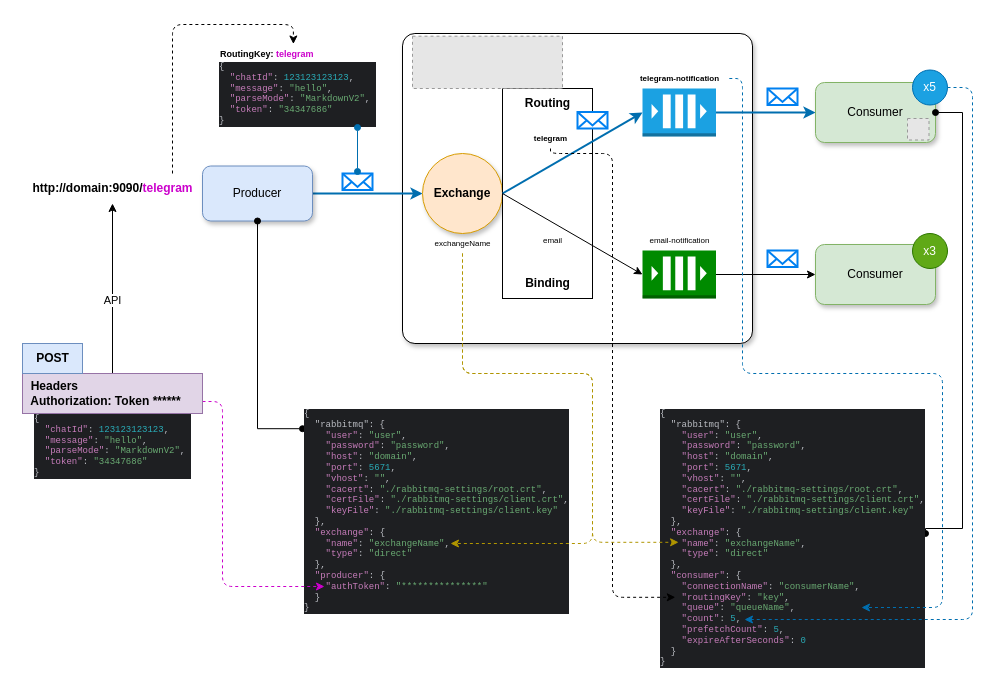
Before: page "producer-consumer" (1 of 2) of docs/diag.drawio in ig-rudenko/rabbitmq-notifier, a draw.io diagram. Source tidied: cells renumbered, new cells numbered last; positions are measured from the earlier drawing's top-left corner, leaving out a move shared by most shapes. Both pictures are drawn from the tidied source at 100%, with x=0, y=0 at pixel (22, 24). Pictures stored in the file or linked from it are replaced by grey dashed boxes.
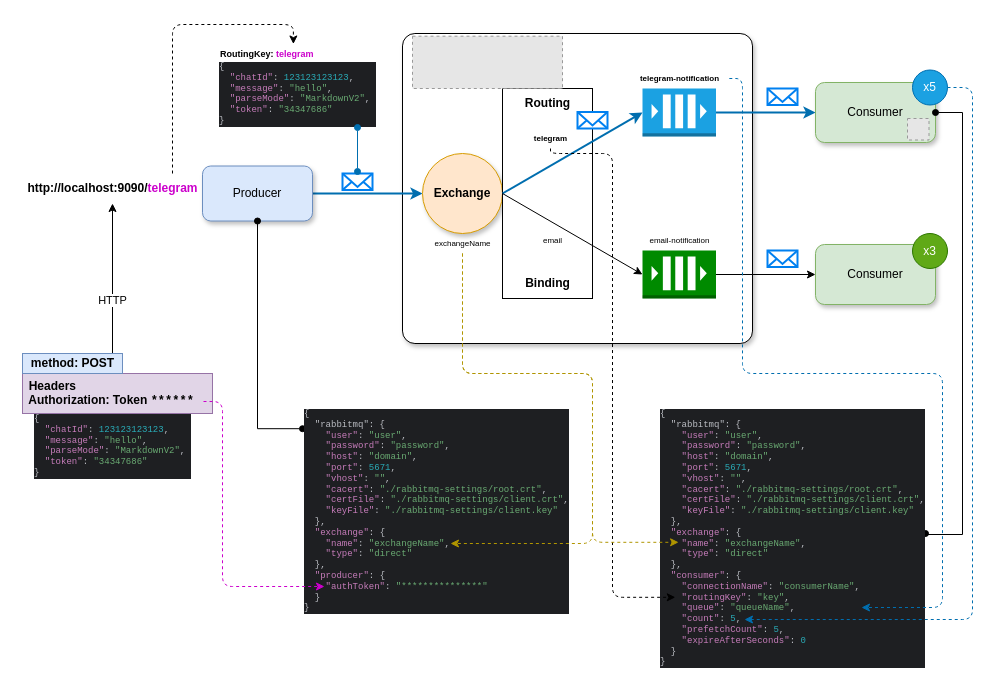
After the change.

The change refers to these unchanged cells:
```xml
<mxCell id="21" value="Consumer" style="rounded=1;whiteSpace=wrap;html=1;shadow=1;fillColor=#d5e8d4;strokeColor=#82b366;" parent="1" vertex="1">
  <mxGeometry x="793" y="58" width="120" height="60" as="geometry" />
</mxCell>
<mxCell id="28" value="&lt;div style=&quot;background-color: rgb(30, 31, 34); color: rgb(188, 190, 196); font-size: 9px;&quot;&gt;&lt;pre style=&quot;font-family: &amp;quot;JetBrains Mono&amp;quot;, monospace; font-size: 9px;&quot;&gt;&lt;div&gt;&lt;pre style=&quot;font-family:'JetBrains Mono',monospace;font-size:9,8pt;&quot;&gt;{&lt;br&gt;  &quot;rabbitmq&quot;: {&lt;br&gt;    &lt;span style=&quot;color:#c77dbb;&quot;&gt;&quot;user&quot;&lt;/span&gt;: &lt;span style=&quot;color:#6aab73;&quot;&gt;&quot;user&quot;&lt;/span&gt;,&lt;br&gt;    &lt;span style=&quot;color:#c77dbb;&quot;&gt;&quot;password&quot;&lt;/span&gt;: &lt;span style=&quot;color:#6aab73;&quot;&gt;&quot;password&quot;&lt;/span&gt;,&lt;br&gt;    &lt;span style=&quot;color:#c77dbb;&quot;&gt;&quot;host&quot;&lt;/span&gt;: &lt;span style=&quot;color:#6aab73;&quot;&gt;&quot;domain&quot;&lt;/span&gt;,&lt;br&gt;    &lt;span style=&quot;color:#c77dbb;&quot;&gt;&quot;port&quot;&lt;/span&gt;: &lt;span style=&quot;color:#2aacb8;&quot;&gt;5671&lt;/span&gt;,&lt;br&gt;    &lt;span style=&quot;color:#c77dbb;&quot;&gt;&quot;vhost&quot;&lt;/span&gt;: &lt;span style=&quot;color:#6aab73;&quot;&gt;&quot;&quot;&lt;/span&gt;,&lt;br&gt;    &lt;span style=&quot;color:#c77dbb;&quot;&gt;&quot;cacert&quot;&lt;/span&gt;: &lt;span style=&quot;color:#6aab73;&quot;&gt;&quot;./rabbitmq-settings/root.crt&quot;&lt;/span&gt;,&lt;br&gt;    &lt;span style=&quot;color:#c77dbb;&quot;&gt;&quot;certFile&quot;&lt;/span&gt;: &lt;span style=&quot;color:#6aab73;&quot;&gt;&quot;./rabbitmq-settings/client.crt&quot;&lt;/span&gt;,&lt;br&gt;    &lt;span style=&quot;color:#c77dbb;&quot;&gt;&quot;keyFile&quot;&lt;/span&gt;: &lt;span style=&quot;color:#6aab73;&quot;&gt;&quot;./rabbitmq-settings/client.key&quot;&lt;br&gt;&lt;/span&gt;&lt;span style=&quot;color:#6aab73;&quot;&gt;  &lt;/span&gt;},&lt;br&gt;  &lt;span style=&quot;color:#c77dbb;&quot;&gt;&quot;exchange&quot;&lt;/span&gt;: {&lt;br&gt;    &lt;span style=&quot;color:#c77dbb;&quot;&gt;&quot;name&quot;&lt;/span&gt;: &lt;span style=&quot;color:#6aab73;&quot;&gt;&quot;exchangeName&quot;&lt;/span&gt;,&lt;br&gt;    &lt;span style=&quot;color:#c77dbb;&quot;&gt;&quot;type&quot;&lt;/span&gt;: &lt;span style=&quot;color:#6aab73;&quot;&gt;&quot;direct&quot;&lt;br&gt;&lt;/span&gt;&lt;span style=&quot;color:#6aab73;&quot;&gt;  &lt;/span&gt;},&lt;br&gt;  &lt;span style=&quot;color:#c77dbb;&quot;&gt;&quot;consumer&quot;&lt;/span&gt;: {&lt;br&gt;    &lt;span style=&quot;color:#c77dbb;&quot;&gt;&quot;connectionName&quot;&lt;/span&gt;: &lt;span style=&quot;color:#6aab73;&quot;&gt;&quot;consumerName&quot;&lt;/span&gt;,&lt;br&gt;    &lt;span style=&quot;color:#c77dbb;&quot;&gt;&quot;routingKey&quot;&lt;/span&gt;: &lt;span style=&quot;color:#6aab73;&quot;&gt;&quot;key&quot;&lt;/span&gt;,&lt;br&gt;    &lt;span style=&quot;color:#c77dbb;&quot;&gt;&quot;queue&quot;&lt;/span&gt;: &lt;span style=&quot;color:#6aab73;&quot;&gt;&quot;queueName&quot;&lt;/span&gt;,&lt;br&gt;    &lt;span style=&quot;color:#c77dbb;&quot;&gt;&quot;count&quot;&lt;/span&gt;: &lt;span style=&quot;color:#2aacb8;&quot;&gt;5&lt;/span&gt;,&lt;br&gt;    &lt;span style=&quot;color:#c77dbb;&quot;&gt;&quot;prefetchCount&quot;&lt;/span&gt;: &lt;span style=&quot;color:#2aacb8;&quot;&gt;5&lt;/span&gt;,&lt;br&gt;    &lt;span style=&quot;color:#c77dbb;&quot;&gt;&quot;expireAfterSeconds&quot;&lt;/span&gt;: &lt;span style=&quot;color:#2aacb8;&quot;&gt;0&lt;br&gt;&lt;/span&gt;&lt;span style=&quot;color:#2aacb8;&quot;&gt;  &lt;/span&gt;}&lt;br&gt;}&lt;/pre&gt;&lt;/div&gt;&lt;/pre&gt;&lt;/div&gt;" style="text;whiteSpace=wrap;html=1;fontSize=9;" parent="1" vertex="1">
  <mxGeometry x="636" y="369" width="267" height="280" as="geometry" />
</mxCell>
<mxCell id="43" value="&lt;div style=&quot;background-color: rgb(30, 31, 34); font-size: 9px;&quot;&gt;&lt;pre style=&quot;font-family: &amp;quot;JetBrains Mono&amp;quot;, monospace; font-size: 9px;&quot;&gt;&lt;font color=&quot;#bcbec4&quot; style=&quot;font-size: 9px;&quot;&gt;{ &lt;br style=&quot;font-size: 9px;&quot;&gt;  &lt;/font&gt;&lt;span style=&quot;color: rgb(199, 125, 187); font-size: 9px;&quot;&gt;&quot;chatId&quot;&lt;/span&gt;&lt;font color=&quot;#bcbec4&quot; style=&quot;font-size: 9px;&quot;&gt;: &lt;/font&gt;&lt;font color=&quot;#2aacb8&quot; style=&quot;font-size: 9px;&quot;&gt;123123123123&lt;/font&gt;&lt;font color=&quot;#bcbec4&quot; style=&quot;font-size: 9px;&quot;&gt;, &lt;br style=&quot;font-size: 9px;&quot;&gt;  &lt;/font&gt;&lt;span style=&quot;color: rgb(199, 125, 187); font-size: 9px;&quot;&gt;&quot;message&quot;&lt;/span&gt;&lt;font color=&quot;#bcbec4&quot; style=&quot;font-size: 9px;&quot;&gt;: &lt;/font&gt;&lt;span style=&quot;color: rgb(106, 171, 115); font-size: 9px;&quot;&gt;&quot;hello&quot;&lt;/span&gt;&lt;font color=&quot;#bcbec4&quot; style=&quot;font-size: 9px;&quot;&gt;, &lt;br style=&quot;font-size: 9px;&quot;&gt;  &lt;/font&gt;&lt;span style=&quot;color: rgb(199, 125, 187); font-size: 9px;&quot;&gt;&quot;parseMode&quot;&lt;/span&gt;&lt;font color=&quot;#bcbec4&quot; style=&quot;font-size: 9px;&quot;&gt;: &lt;/font&gt;&lt;span style=&quot;color: rgb(106, 171, 115); font-size: 9px;&quot;&gt;&quot;MarkdownV2&quot;&lt;/span&gt;&lt;font color=&quot;#bcbec4&quot; style=&quot;font-size: 9px;&quot;&gt;, &lt;br style=&quot;font-size: 9px;&quot;&gt;  &lt;/font&gt;&lt;span style=&quot;color: rgb(199, 125, 187); font-size: 9px;&quot;&gt;&quot;token&quot;&lt;/span&gt;&lt;font color=&quot;#bcbec4&quot; style=&quot;font-size: 9px;&quot;&gt;: &lt;/font&gt;&lt;span style=&quot;color: rgb(106, 171, 115); font-size: 9px;&quot;&gt;&quot;34347686&quot;&lt;br style=&quot;font-size: 9px;&quot;&gt;&lt;/span&gt;&lt;font color=&quot;#bcbec4&quot; style=&quot;font-size: 9px;&quot;&gt;}&lt;/font&gt;&lt;/pre&gt;&lt;/div&gt;" style="text;whiteSpace=wrap;html=1;fontSize=9;" parent="1" vertex="1">
  <mxGeometry x="10" y="374" width="160" height="81" as="geometry" />
</mxCell>
```

The edit, as a diff of the source:
```diff
@@
     <mxCell id="25" style="edgeStyle=orthogonalEdgeStyle;rounded=0;jettySize=auto;html=1;entryX=1;entryY=0.5;entryDx=0;entryDy=0;exitX=1;exitY=0.5;exitDx=0;exitDy=0;endArrow=oval;endFill=1;startArrow=oval;startFill=1;" parent="1" edge="1" source="28" target="21">
       <mxGeometry relative="1" as="geometry">
         <Array as="points">
-          <mxPoint x="940" y="504" />
+          <mxPoint x="940" y="510" />
           <mxPoint x="940" y="88" />
         </Array>
       </mxGeometry>
     </mxCell>
@@
-    <mxCell id="41" value="http://domain:9090/&lt;font color=&quot;#cc00cc&quot;&gt;telegram&lt;/font&gt;" style="text;html=1;align=center;verticalAlign=middle;points=[];strokeColor=none;fillColor=none;fontStyle=1;" parent="1" vertex="1">
-      <mxGeometry y="149" width="180" height="30" as="geometry" />
+    <mxCell id="41" value="http://localhost:9090/&lt;font color=&quot;#cc00cc&quot;&gt;telegram&lt;/font&gt;" style="text;html=1;align=center;verticalAlign=middle;points=[];strokeColor=none;fillColor=none;fontStyle=1;" parent="1" vertex="1">
+      <mxGeometry x="-5" y="149" width="190" height="30" as="geometry" />
     </mxCell>
-    <mxCell id="42" value="API" style="edgeStyle=orthogonalEdgeStyle;rounded=0;jettySize=auto;html=1;" parent="1" edge="1" source="43" target="41">
+    <mxCell id="42" value="HTTP" style="edgeStyle=orthogonalEdgeStyle;rounded=0;jettySize=auto;html=1;" parent="1" edge="1" source="43" target="41">
       <mxGeometry relative="1" as="geometry" />
     </mxCell>
@@
-    <mxCell id="44" style="edgeStyle=orthogonalEdgeStyle;rounded=1;jettySize=auto;html=1;curved=0;dashed=1;strokeColor=#CC00CC;" parent="1" edge="1" source="45">
-      <mxGeometry relative="1" as="geometry">
-        <mxPoint x="302" y="562" as="targetPoint" />
-        <Array as="points">
-          <mxPoint x="200" y="377" />
-          <mxPoint x="200" y="562" />
-        </Array>
-      </mxGeometry>
-    </mxCell>
-    <mxCell id="45" value="&amp;nbsp; Headers&lt;br&gt;&amp;nbsp; Authorization: Token ******" style="text;html=1;align=left;verticalAlign=middle;points=[];strokeColor=#9673a6;fillColor=#e1d5e7;fontStyle=1;spacing=2;" parent="1" vertex="1">
-      <mxGeometry y="349" width="180" height="40" as="geometry" />
+    <mxCell id="45" value="&amp;nbsp; Headers&lt;br&gt;&amp;nbsp; Authorization: Token &lt;font face=&quot;Courier New&quot;&gt;******&lt;/font&gt;" style="text;html=1;align=left;verticalAlign=middle;points=[];strokeColor=#9673a6;fillColor=#e1d5e7;fontStyle=1;spacing=0;" parent="1" vertex="1">
+      <mxGeometry y="349" width="190" height="40" as="geometry" />
     </mxCell>
-    <mxCell id="46" value="POST" style="text;html=1;align=center;verticalAlign=middle;strokeColor=#6c8ebf;fillColor=#dae8fc;fontStyle=1;" parent="1" vertex="1">
-      <mxGeometry y="319" width="60" height="30" as="geometry" />
+    <mxCell id="46" value="method: POST" style="text;html=1;align=center;verticalAlign=middle;strokeColor=#6c8ebf;fillColor=#dae8fc;fontStyle=1;spacing=0;" parent="1" vertex="1">
+      <mxGeometry y="329" width="100" height="20" as="geometry" />
     </mxCell>
@@
+    <mxCell id="44" style="edgeStyle=orthogonalEdgeStyle;rounded=1;orthogonalLoop=1;jettySize=auto;html=1;curved=0;dashed=1;strokeColor=#CC00CC;" parent="1" edge="1">
+      <mxGeometry relative="1" as="geometry">
+        <mxPoint x="181" y="377" as="sourcePoint" />
+        <mxPoint x="302" y="562" as="targetPoint" />
+        <Array as="points">
+          <mxPoint x="200" y="377" />
+          <mxPoint x="200" y="562" />
+        </Array>
+      </mxGeometry>
+    </mxCell>
```
